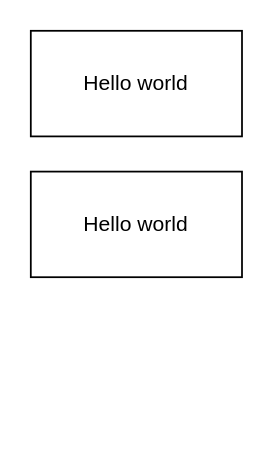
The draw.io diagram helloworld.drawio in iwanwang-0/doc, before the edit. Source tidied: cells renumbered, new cells numbered last; positions are measured from the earlier drawing's top-left corner, leaving out a move shared by most shapes. Both pictures are drawn from the tidied source at 176%, with x=0, y=0 at pixel (30, 30).
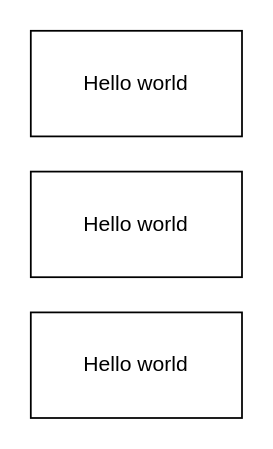
After the change.

The edit, as a diff of the source:
```diff
@@
 <mxGraphModel>
   <root>
     <mxCell id="0" />
     <mxCell id="1" parent="0" />
     <mxCell id="2" value="Hello world" style="rounded=0;whiteSpace=wrap;html=1;" parent="1" vertex="1">
       <mxGeometry width="120" height="60" as="geometry" />
     </mxCell>
     <mxCell id="3" value="Hello world" style="rounded=0;whiteSpace=wrap;html=1;" parent="1" vertex="1">
       <mxGeometry y="80" width="120" height="60" as="geometry" />
     </mxCell>
+    <mxCell id="4" value="Hello world" style="rounded=0;whiteSpace=wrap;html=1;" parent="1" vertex="1">
+      <mxGeometry y="160" width="120" height="60" as="geometry" />
+    </mxCell>
   </root>
 </mxGraphModel>
```
